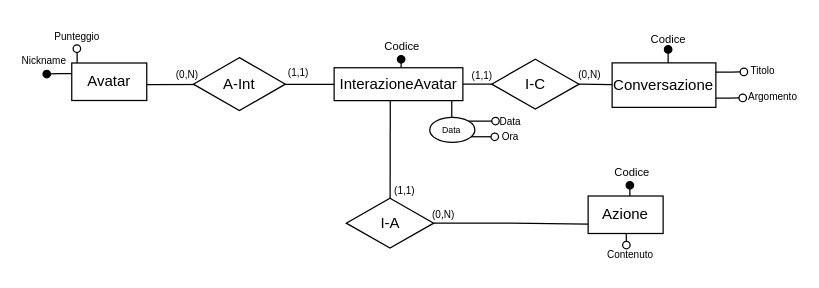
pnocerino/BasiDiDati keeps this draw.io diagram as WP1/Pattern/AttributoDiRelazione/ReificazioneDiAttributoDiRelazioneDopo.drawio. Above is the earlier version. Source tidied: cells renumbered, new cells numbered last; positions are measured from the earlier drawing's top-left corner, leaving out a move shared by most shapes. Both pictures are drawn from the tidied source at 125%, with x=0, y=0 at pixel (25, 20).
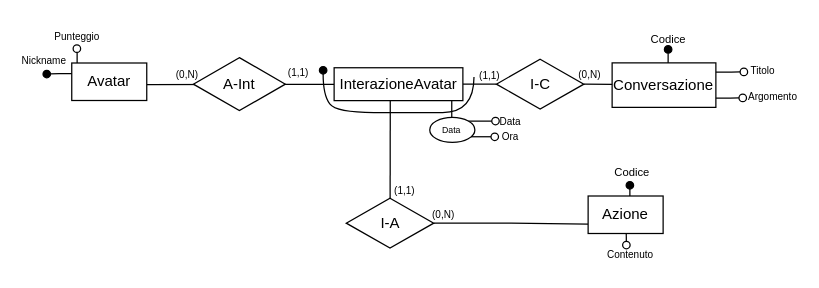
Above is the later version.

What changed in the source:
```diff
@@
     <mxCell id="9" value="&lt;span style=&quot;font-size: 8px;&quot;&gt;(1,1)&lt;/span&gt;" style="text;html=1;align=center;verticalAlign=middle;whiteSpace=wrap;rounded=1;strokeColor=none;glass=0;" parent="1" vertex="1">
-      <mxGeometry x="354.1" y="39.7" width="22.5" height="6.8" as="geometry" />
+      <mxGeometry x="359.5" y="39.7" width="22.5" height="6.8" as="geometry" />
     </mxCell>
-    <mxCell id="10" style="edgeStyle=orthogonalEdgeStyle;rounded=0;orthogonalLoop=1;jettySize=auto;html=1;endArrow=oval;endFill=1;" parent="1" edge="1">
-      <mxGeometry relative="1" as="geometry">
-        <mxPoint x="294.9" y="38.6" as="sourcePoint" />
-        <mxPoint x="300.4" y="30.9" as="targetPoint" />
-      </mxGeometry>
-    </mxCell>
@@
-    <mxCell id="14" value="&lt;font style=&quot;font-size: 9px;&quot;&gt;Codice&lt;/font&gt;" style="text;html=1;align=center;verticalAlign=middle;whiteSpace=wrap;rounded=0;" parent="1" vertex="1">
-      <mxGeometry x="279.7" y="10.2" width="42.7" height="20" as="geometry" />
-    </mxCell>
@@
     <mxCell id="27" value="I-C" style="shape=rhombus;perimeter=rhombusPerimeter;whiteSpace=wrap;html=1;align=center;" parent="1" vertex="1">
-      <mxGeometry x="372.8" y="30.9" width="70" height="39.8" as="geometry" />
+      <mxGeometry x="376.6" y="30.9" width="70" height="39.8" as="geometry" />
     </mxCell>
@@
+    <mxCell id="45" style="curved=1;endArrow=oval;html=1;rounded=0;endFill=1;" parent="1" edge="1">
+      <mxGeometry relative="1" as="geometry">
+        <mxPoint x="358.7" y="45.1" as="sourcePoint" />
+        <mxPoint x="238" y="39.7" as="targetPoint" />
+        <Array as="points">
+          <mxPoint x="358.6" y="73.5" />
+          <mxPoint x="308.6" y="73.5" />
+          <mxPoint x="248.6" y="73.5" />
+          <mxPoint x="238" y="59.7" />
+        </Array>
+      </mxGeometry>
+    </mxCell>
```
